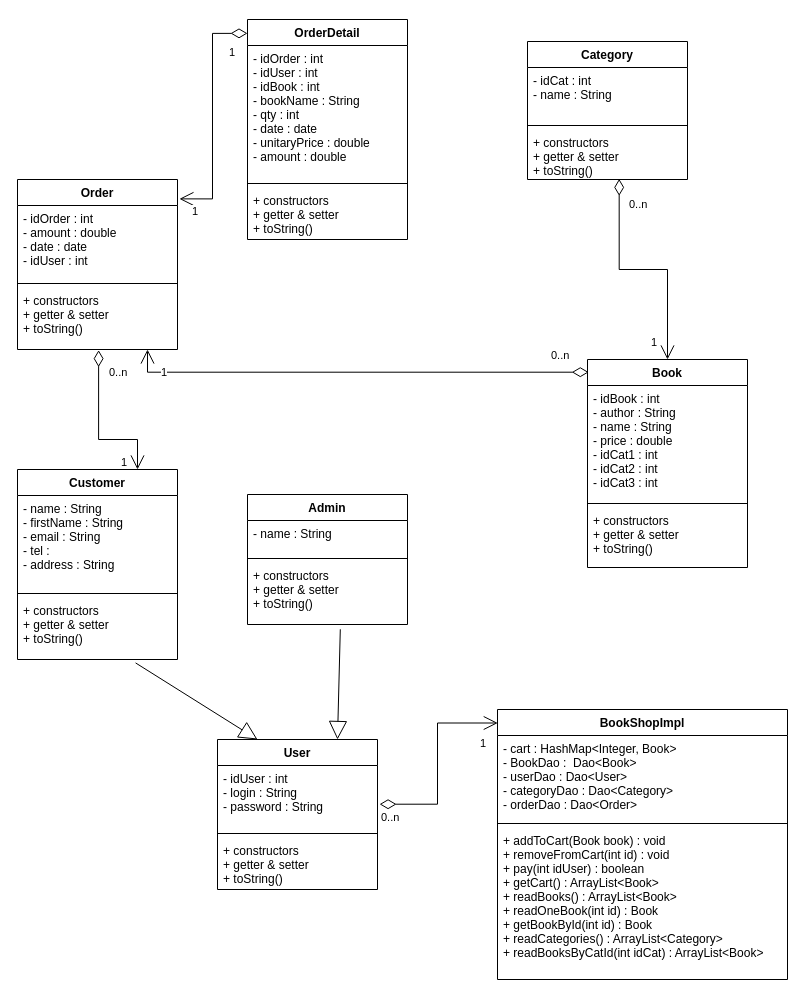
This is page "class_diag" (2 of 6) of files/eval_sara_v2.drawio from Saralune/Eval_JSA_2022, a draw.io file, before an edit. Source tidied: cells renumbered, new cells numbered last; positions are measured from the earlier drawing's top-left corner, leaving out a move shared by most shapes. Both pictures are drawn from the tidied source at 100%, with x=0, y=0 at pixel (17, 19).
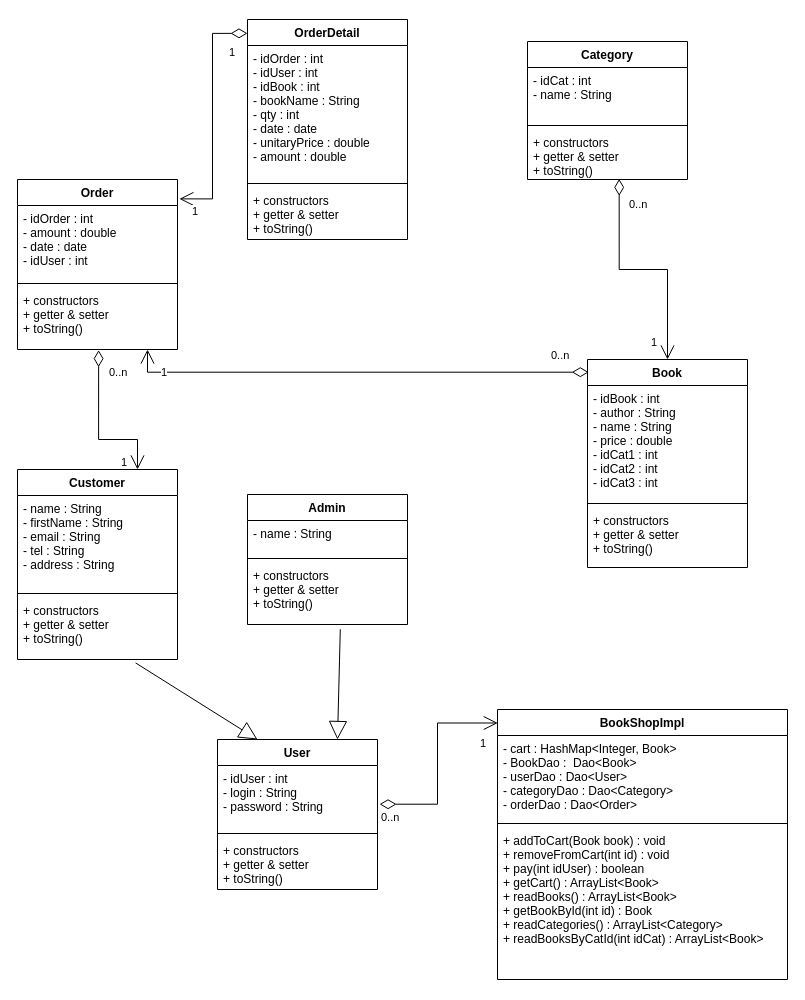
After the change.

The change refers to these unchanged cells:
```xml
<mxCell id="18" value="BookShopImpl" style="swimlane;fontStyle=1;align=center;verticalAlign=top;horizontal=1;startSize=26;" parent="1" vertex="1">
  <mxGeometry x="480" y="690" width="290" height="270" as="geometry" />
</mxCell>
<mxCell id="26" value="Customer" style="swimlane;fontStyle=1;align=center;verticalAlign=top;horizontal=1;startSize=26;" parent="1" vertex="1">
  <mxGeometry y="450" width="160" height="190" as="geometry" />
</mxCell>
```

Diff of the diagram source:
```diff
@@
-    <mxCell id="21" value="+ addToCart(Book book) : void&#10;+ removeFromCart(int id) : void&#10;+ pay(int idUser) : boolean&#10;+ getCart() : ArrayList&lt;Book&gt;&#10;+ readBooks() : ArrayList&lt;Book&gt;&#10;+ readOneBook(int id) : Book&#10;+ getBookById(int id) : Book&#10;+ readCategories() : ArrayList&lt;Category&gt;&#10;+ readBooksByCatId(int idCat) : ArrayList&lt;Book&gt;&#10;&#10;" style="text;strokeColor=none;fillColor=none;align=left;verticalAlign=top;spacingLeft=4;spacingRight=4;overflow=hidden;" parent="18" vertex="1">
+    <mxCell id="21" value="+ addToCart(Book book) : void&#10;+ removeFromCart(int id) : void&#10;+ pay(int idUser) : boolean&#10;+ getCart() : ArrayList&lt;Book&gt;&#10;+ readBooks() : ArrayList&lt;Book&gt;&#10;+ getBookById(int id) : Book&#10;+ readCategories() : ArrayList&lt;Category&gt;&#10;+ readBooksByCatId(int idCat) : ArrayList&lt;Book&gt;&#10;&#10;" style="text;strokeColor=none;fillColor=none;align=left;verticalAlign=top;spacingLeft=4;spacingRight=4;overflow=hidden;" parent="18" vertex="1">
       <mxGeometry y="118" width="290" height="152" as="geometry" />
     </mxCell>
@@
-    <mxCell id="27" value="- name : String&#10;- firstName : String&#10;- email : String&#10;- tel : &#10;- address : String" style="text;strokeColor=none;fillColor=none;align=left;verticalAlign=top;spacingLeft=4;spacingRight=4;overflow=hidden;" parent="26" vertex="1">
+    <mxCell id="27" value="- name : String&#10;- firstName : String&#10;- email : String&#10;- tel : String&#10;- address : String" style="text;strokeColor=none;fillColor=none;align=left;verticalAlign=top;spacingLeft=4;spacingRight=4;overflow=hidden;" parent="26" vertex="1">
       <mxGeometry y="26" width="160" height="94" as="geometry" />
     </mxCell>
```
